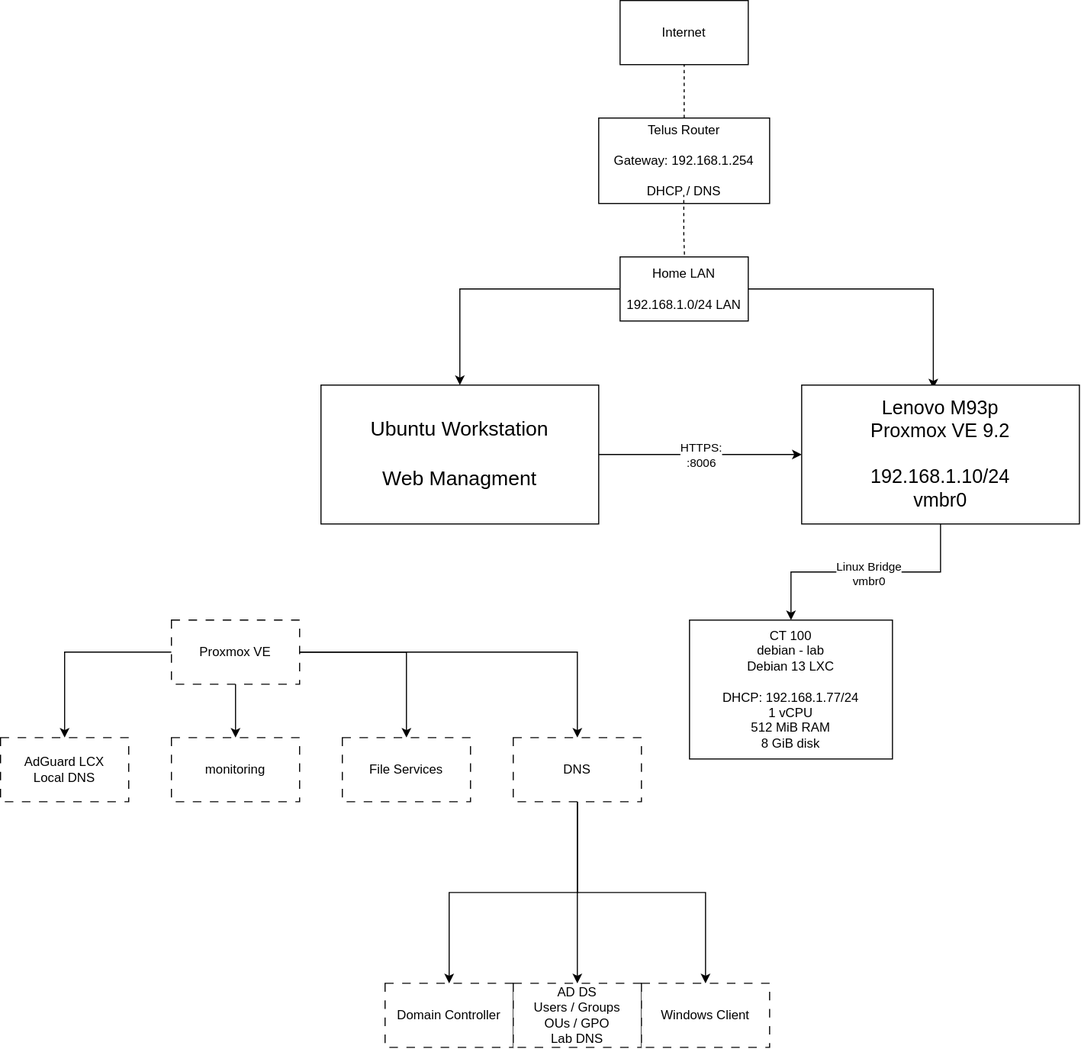
Before: Home-Server-Lab/diagram/Network Diagram.drawio.svg, a diagram exported from draw.io (peterdittmann/IT-Portfolio). Source tidied: cells renumbered, new cells last; positions are measured from the earlier drawing's top-left corner, leaving out a move shared by most shapes.
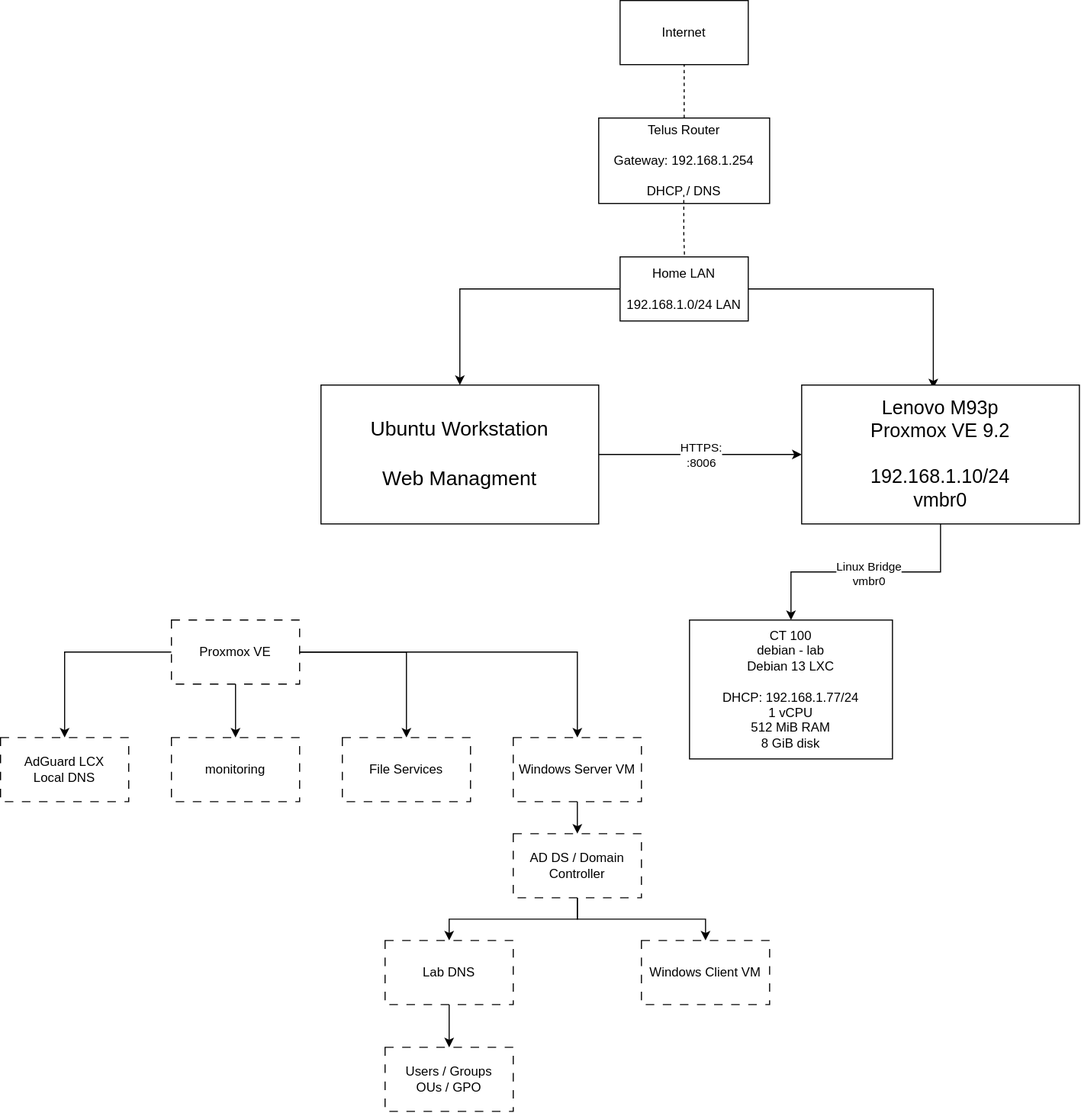
After the commit.

Change to the diagram source:
```diff
@@ -50,26 +50,26 @@
     <mxCell id="17" value="File Services" style="rounded=0;whiteSpace=wrap;html=1;dashed=1;dashPattern=8 8;" parent="1" vertex="1">
       <mxGeometry x="320" y="690" width="120" height="60" as="geometry" />
     </mxCell>
+    <mxCell id="31" style="edgeStyle=orthogonalEdgeStyle;rounded=0;jettySize=auto;html=1;" parent="1" edge="1" source="18" target="34">
+      <mxGeometry relative="1" as="geometry" />
+    </mxCell>
+    <mxCell id="32" style="edgeStyle=orthogonalEdgeStyle;rounded=0;jettySize=auto;html=1;" parent="1" edge="1" source="18" target="24">
+      <mxGeometry relative="1" as="geometry" />
+    </mxCell>
-    <mxCell id="18" value="Domain Controller" style="rounded=0;whiteSpace=wrap;html=1;dashed=1;dashPattern=8 8;" parent="1" vertex="1">
-      <mxGeometry x="360" y="920" width="120" height="60" as="geometry" />
+    <mxCell id="18" value="AD DS / Domain Controller" style="rounded=0;whiteSpace=wrap;html=1;dashed=1;dashPattern=8 8;" parent="1" vertex="1">
+      <mxGeometry x="480" y="780" width="120" height="60" as="geometry" />
     </mxCell>
-    <mxCell id="19" style="edgeStyle=orthogonalEdgeStyle;rounded=0;jettySize=auto;html=1;entryX=0.5;entryY=0;entryDx=0;entryDy=0;" parent="1" edge="1" source="22" target="23">
-      <mxGeometry relative="1" as="geometry" />
-    </mxCell>
     <mxCell id="20" style="edgeStyle=orthogonalEdgeStyle;rounded=0;jettySize=auto;html=1;entryX=0.5;entryY=0;entryDx=0;entryDy=0;" parent="1" edge="1" source="22" target="18">
       <mxGeometry relative="1" as="geometry" />
     </mxCell>
-    <mxCell id="21" style="edgeStyle=orthogonalEdgeStyle;rounded=0;jettySize=auto;html=1;entryX=0.5;entryY=0;entryDx=0;entryDy=0;" parent="1" edge="1" source="22" target="24">
-      <mxGeometry relative="1" as="geometry" />
-    </mxCell>
-    <mxCell id="22" value="DNS" style="rounded=0;whiteSpace=wrap;html=1;dashed=1;dashPattern=8 8;" parent="1" vertex="1">
+    <mxCell id="22" value="Windows Server VM" style="rounded=0;whiteSpace=wrap;html=1;dashed=1;dashPattern=8 8;" parent="1" vertex="1">
       <mxGeometry x="480" y="690" width="120" height="60" as="geometry" />
     </mxCell>
-    <mxCell id="23" value="AD DS&lt;div&gt;Users / Groups&lt;/div&gt;&lt;div&gt;OUs / GPO&lt;/div&gt;&lt;div&gt;Lab DNS&lt;/div&gt;" style="rounded=0;whiteSpace=wrap;html=1;dashed=1;dashPattern=8 8;" parent="1" vertex="1">
-      <mxGeometry x="480" y="920" width="120" height="60" as="geometry" />
+    <mxCell id="23" value="&lt;div&gt;Users / Groups&lt;/div&gt;&lt;div&gt;OUs / GPO&lt;/div&gt;" style="rounded=0;whiteSpace=wrap;html=1;dashed=1;dashPattern=8 8;" parent="1" vertex="1">
+      <mxGeometry x="360" y="980" width="120" height="60" as="geometry" />
     </mxCell>
-    <mxCell id="24" value="Windows Client" style="rounded=0;whiteSpace=wrap;html=1;dashed=1;dashPattern=8 8;" parent="1" vertex="1">
-      <mxGeometry x="600" y="920" width="120" height="60" as="geometry" />
+    <mxCell id="24" value="Windows Client VM" style="rounded=0;whiteSpace=wrap;html=1;dashed=1;dashPattern=8 8;" parent="1" vertex="1">
+      <mxGeometry x="600" y="880" width="120" height="60" as="geometry" />
     </mxCell>
     <mxCell id="25" style="endArrow=none;dashed=1;html=1;rounded=0;exitX=0.5;exitY=0;exitDx=0;exitDy=0;" parent="1" edge="1" source="3">
       <mxGeometry relative="1" as="geometry">
@@ -99,5 +99,11 @@
     <mxCell id="30" value="CT 100&lt;div&gt;debian - lab&lt;/div&gt;&lt;div&gt;Debian 13 LXC&lt;/div&gt;&lt;div&gt;&lt;br&gt;&lt;/div&gt;&lt;div&gt;DHCP: 192.168.1.77/24&lt;/div&gt;&lt;div&gt;1 vCPU&lt;/div&gt;&lt;div&gt;512 MiB RAM&lt;/div&gt;&lt;div&gt;8 GiB disk&lt;/div&gt;" style="rounded=0;whiteSpace=wrap;html=1;" parent="1" vertex="1">
       <mxGeometry x="645" y="580" width="190" height="130" as="geometry" />
     </mxCell>
+    <mxCell id="33" style="edgeStyle=orthogonalEdgeStyle;rounded=0;jettySize=auto;html=1;entryX=0.5;entryY=0;entryDx=0;entryDy=0;" parent="1" edge="1" source="34" target="23">
+      <mxGeometry relative="1" as="geometry" />
+    </mxCell>
+    <mxCell id="34" value="Lab DNS" style="rounded=0;whiteSpace=wrap;html=1;dashed=1;dashPattern=8 8;" parent="1" vertex="1">
+      <mxGeometry x="360" y="880" width="120" height="60" as="geometry" />
+    </mxCell>
   </root>
 </mxGraphModel>
```
